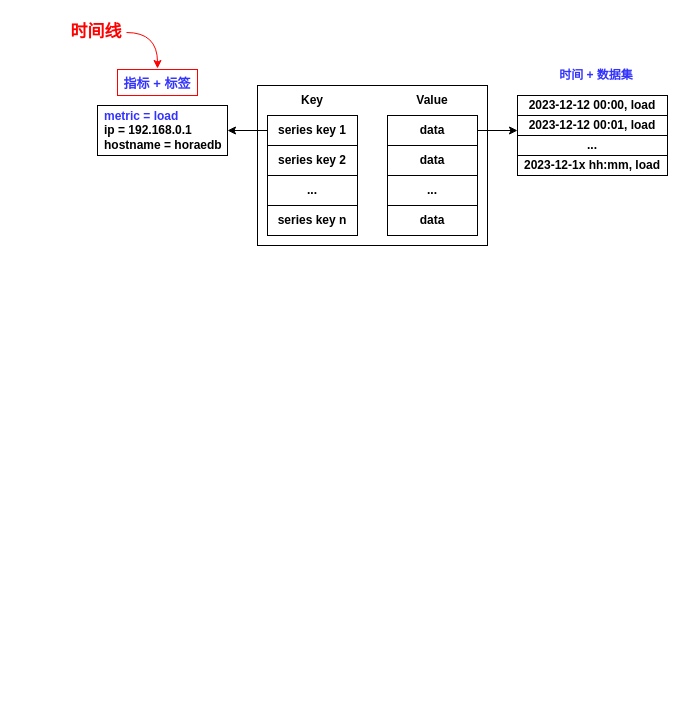
Rachelint/drawio-store keeps this draw.io diagram as series.drawio. Above is the earlier version. Source tidied: cells renumbered, new cells numbered last; positions are measured from the earlier drawing's top-left corner, leaving out a move shared by most shapes. Both pictures are drawn from the tidied source at 100%, with x=0, y=0 at pixel (66, 17).
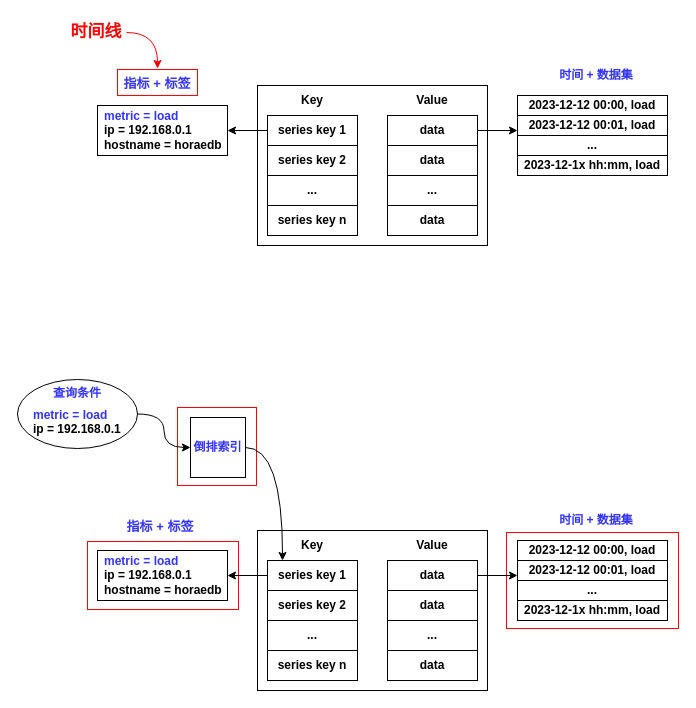
The same page after the edit.

Diff of the diagram source:
```diff
@@
+    <mxCell id="26" style="rounded=0;whiteSpace=wrap;html=1;strokeColor=#FF0000;" parent="1" vertex="1">
+      <mxGeometry x="440" y="515" width="172" height="96" as="geometry" />
+    </mxCell>
+    <mxCell id="27" style="rounded=0;whiteSpace=wrap;html=1;strokeColor=#FF0000;" parent="1" vertex="1">
+      <mxGeometry x="21" y="524" width="151" height="68" as="geometry" />
+    </mxCell>
+    <mxCell id="28" style="rounded=0;whiteSpace=wrap;html=1;strokeColor=#FF0000;" parent="1" vertex="1">
+      <mxGeometry x="111" y="390" width="79" height="78" as="geometry" />
+    </mxCell>
+    <mxCell id="29" style="edgeStyle=orthogonalEdgeStyle;rounded=0;jettySize=auto;html=1;exitX=1;exitY=0.5;exitDx=0;exitDy=0;entryX=0;entryY=0.5;entryDx=0;entryDy=0;curved=1;" parent="1" edge="1" source="30" target="51">
+      <mxGeometry relative="1" as="geometry" />
+    </mxCell>
+    <mxCell id="30" style="ellipse;whiteSpace=wrap;html=1;" parent="1" vertex="1">
+      <mxGeometry x="-49" y="362" width="120" height="69" as="geometry" />
+    </mxCell>
@@
+    <mxCell id="31" style="rounded=0;whiteSpace=wrap;html=1;" parent="1" vertex="1">
+      <mxGeometry x="31" y="533" width="130" height="50" as="geometry" />
+    </mxCell>
+    <mxCell id="32" value="&lt;div align=&quot;left&quot;&gt;&lt;b&gt;&lt;font color=&quot;#3333ff&quot;&gt;metric = load&lt;/font&gt;&lt;/b&gt;&lt;/div&gt;&lt;div align=&quot;left&quot;&gt;&lt;b&gt;ip = 192.168.0.1&lt;/b&gt;&lt;/div&gt;&lt;div align=&quot;left&quot;&gt;&lt;b&gt;hostname = horaedb&lt;br&gt;&lt;/b&gt;&lt;/div&gt;" style="text;html=1;strokeColor=none;fillColor=none;align=left;verticalAlign=middle;whiteSpace=wrap;rounded=0;" parent="1" vertex="1">
+      <mxGeometry x="36" y="543" width="120" height="30" as="geometry" />
+    </mxCell>
+    <mxCell id="33" style="rounded=0;whiteSpace=wrap;html=1;fontStyle=1;" parent="1" vertex="1">
+      <mxGeometry x="191" y="513" width="230" height="160" as="geometry" />
+    </mxCell>
+    <mxCell id="34" style="edgeStyle=orthogonalEdgeStyle;rounded=0;jettySize=auto;html=1;exitX=0;exitY=0.5;exitDx=0;exitDy=0;entryX=1;entryY=0.5;entryDx=0;entryDy=0;fontStyle=1;" parent="1" edge="1" source="35" target="31">
+      <mxGeometry relative="1" as="geometry" />
+    </mxCell>
+    <mxCell id="35" value="series key 1" style="rounded=0;whiteSpace=wrap;html=1;fontStyle=1;" parent="1" vertex="1">
+      <mxGeometry x="201" y="543" width="90" height="30" as="geometry" />
+    </mxCell>
+    <mxCell id="36" value="series key 2" style="rounded=0;whiteSpace=wrap;html=1;fontStyle=1;" parent="1" vertex="1">
+      <mxGeometry x="201" y="573" width="90" height="30" as="geometry" />
+    </mxCell>
+    <mxCell id="37" value="&lt;span&gt;...&lt;/span&gt;" style="rounded=0;whiteSpace=wrap;html=1;fontStyle=1;" parent="1" vertex="1">
+      <mxGeometry x="201" y="603" width="90" height="30" as="geometry" />
+    </mxCell>
+    <mxCell id="38" value="series key n" style="rounded=0;whiteSpace=wrap;html=1;fontStyle=1;" parent="1" vertex="1">
+      <mxGeometry x="201" y="633" width="90" height="30" as="geometry" />
+    </mxCell>
+    <mxCell id="39" style="edgeStyle=orthogonalEdgeStyle;rounded=0;jettySize=auto;html=1;exitX=1;exitY=0.5;exitDx=0;exitDy=0;entryX=0;entryY=0.75;entryDx=0;entryDy=0;" parent="1" edge="1" source="40" target="47">
+      <mxGeometry relative="1" as="geometry" />
+    </mxCell>
+    <mxCell id="40" value="data" style="rounded=0;whiteSpace=wrap;html=1;fontStyle=1;" parent="1" vertex="1">
+      <mxGeometry x="321" y="543" width="90" height="30" as="geometry" />
+    </mxCell>
+    <mxCell id="41" value="data" style="rounded=0;whiteSpace=wrap;html=1;fontStyle=1;" parent="1" vertex="1">
+      <mxGeometry x="321" y="573" width="90" height="30" as="geometry" />
+    </mxCell>
+    <mxCell id="42" value="&lt;span&gt;...&lt;/span&gt;" style="rounded=0;whiteSpace=wrap;html=1;fontStyle=1;" parent="1" vertex="1">
+      <mxGeometry x="321" y="603" width="90" height="30" as="geometry" />
+    </mxCell>
+    <mxCell id="43" value="data" style="rounded=0;whiteSpace=wrap;html=1;fontStyle=1;" parent="1" vertex="1">
+      <mxGeometry x="321" y="633" width="90" height="30" as="geometry" />
+    </mxCell>
+    <mxCell id="44" value="Key" style="text;html=1;strokeColor=none;fillColor=none;align=center;verticalAlign=middle;whiteSpace=wrap;rounded=0;fontStyle=1;" parent="1" vertex="1">
+      <mxGeometry x="216" y="513" width="60" height="30" as="geometry" />
+    </mxCell>
+    <mxCell id="45" value="2023-12-12 00:00, load" style="rounded=0;whiteSpace=wrap;html=1;fontStyle=1;" parent="1" vertex="1">
+      <mxGeometry x="451" y="523" width="150" height="20" as="geometry" />
+    </mxCell>
+    <mxCell id="46" value="Value" style="text;html=1;strokeColor=none;fillColor=none;align=center;verticalAlign=middle;whiteSpace=wrap;rounded=0;fontStyle=1;" parent="1" vertex="1">
+      <mxGeometry x="336" y="513" width="60" height="30" as="geometry" />
+    </mxCell>
+    <mxCell id="47" value="2023-12-12 00:01, load" style="rounded=0;whiteSpace=wrap;html=1;fontStyle=1;" parent="1" vertex="1">
+      <mxGeometry x="451" y="543" width="150" height="20" as="geometry" />
+    </mxCell>
+    <mxCell id="48" value="&lt;span&gt;...&lt;br&gt;&lt;/span&gt;" style="rounded=0;whiteSpace=wrap;html=1;fontStyle=1;" parent="1" vertex="1">
+      <mxGeometry x="451" y="563" width="150" height="20" as="geometry" />
+    </mxCell>
+    <mxCell id="49" value="2023-12-1x hh:mm, load" style="rounded=0;whiteSpace=wrap;html=1;fontStyle=1;" parent="1" vertex="1">
+      <mxGeometry x="451" y="583" width="150" height="20" as="geometry" />
+    </mxCell>
+    <mxCell id="50" style="edgeStyle=orthogonalEdgeStyle;rounded=0;jettySize=auto;html=1;exitX=1;exitY=0.5;exitDx=0;exitDy=0;entryX=0;entryY=1;entryDx=0;entryDy=0;curved=1;" parent="1" edge="1" source="51" target="44">
+      <mxGeometry relative="1" as="geometry">
+        <Array as="points">
+          <mxPoint x="216" y="430" />
+        </Array>
+      </mxGeometry>
+    </mxCell>
+    <mxCell id="51" value="&lt;font color=&quot;#3333ff&quot;&gt;&lt;b&gt;倒排索引&lt;br&gt;&lt;/b&gt;&lt;/font&gt;" style="rounded=0;whiteSpace=wrap;html=1;" parent="1" vertex="1">
+      <mxGeometry x="124" y="400" width="55" height="60" as="geometry" />
+    </mxCell>
+    <mxCell id="52" value="&lt;div align=&quot;left&quot;&gt;&lt;b&gt;&lt;font color=&quot;#3333ff&quot;&gt;metric = load&lt;/font&gt;&lt;/b&gt;&lt;/div&gt;&lt;div align=&quot;left&quot;&gt;&lt;b&gt;ip = 192.168.0.1&lt;/b&gt;&lt;/div&gt;" style="text;whiteSpace=wrap;html=1;" parent="1" vertex="1">
+      <mxGeometry x="-35" y="384" width="95" height="38" as="geometry" />
+    </mxCell>
+    <mxCell id="53" value="&lt;font color=&quot;#3333ff&quot;&gt;&lt;b&gt;查询条件&lt;/b&gt;&lt;/font&gt;" style="text;html=1;strokeColor=none;fillColor=none;align=center;verticalAlign=middle;whiteSpace=wrap;rounded=0;" parent="1" vertex="1">
+      <mxGeometry x="-19.5" y="362" width="60" height="28" as="geometry" />
+    </mxCell>
+    <mxCell id="54" value="&lt;font color=&quot;#3333ff&quot; style=&quot;font-size: 13px;&quot;&gt;&lt;b&gt;指标 + 标签&lt;br&gt;&lt;/b&gt;&lt;/font&gt;" style="text;html=1;strokeColor=none;fillColor=none;align=center;verticalAlign=middle;whiteSpace=wrap;rounded=0;" parent="1" vertex="1">
+      <mxGeometry x="57" y="494" width="74" height="30" as="geometry" />
+    </mxCell>
+    <mxCell id="55" value="&lt;font color=&quot;#3333ff&quot;&gt;&lt;b&gt;时间 + 数据集&lt;br&gt;&lt;/b&gt;&lt;/font&gt;" style="text;html=1;strokeColor=none;fillColor=none;align=center;verticalAlign=middle;whiteSpace=wrap;rounded=0;" parent="1" vertex="1">
+      <mxGeometry x="488" y="488" width="84" height="30" as="geometry" />
+    </mxCell>
```
